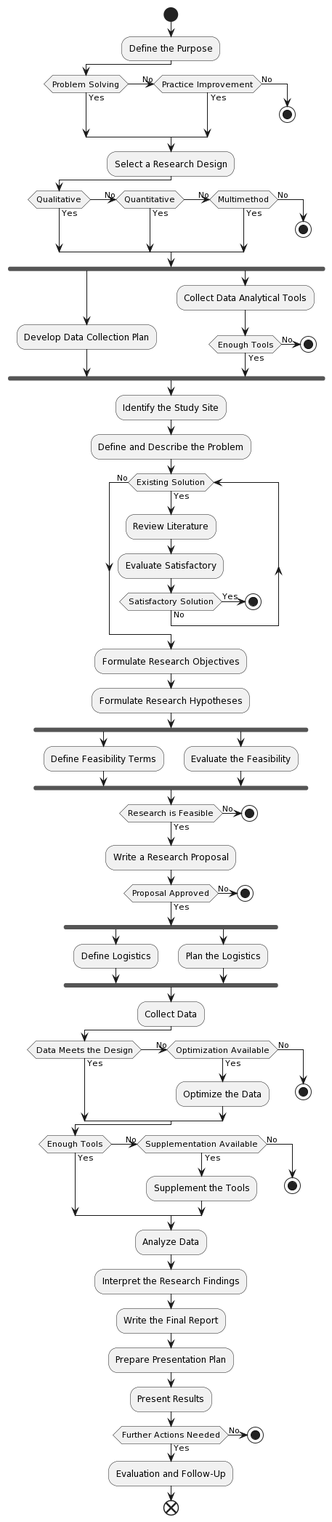
Before: diagrams/applied-research-conduction/applied-research-conduction.png, a diagram exported from PlantUML (khasanshadiyarov/ABC). The source it was exported from:
```plantuml
@startuml
start
:Define the Purpose;
if (Problem Solving) then (Yes)
(No) elseif (Practice Improvement) then (Yes)
else (No)
    stop
endif
:Select a Research Design;
if (Qualitative) then (Yes)
(No) elseif (Quantitative) then (Yes)
(No) elseif (Multimethod) then (Yes)
else (No)
    stop
endif
fork
    :Develop Data Collection Plan;
fork again
    :Collect Data Analytical Tools;
    if (Enough Tools) then (Yes)
    else (No)
        stop
    endif
endfork
:Identify the Study Site;
:Define and Describe the Problem;
while (Existing Solution) is (Yes)
    :Review Literature;
    :Evaluate Satisfactory;
    if (Satisfactory Solution) then (Yes)
        stop
    else (No)
    endif
endwhile (No)
:Formulate Research Objectives;
:Formulate Research Hypotheses;
fork
    :Define Feasibility Terms;
fork again
    :Evaluate the Feasibility;
endfork
if (Research is Feasible) then (Yes)
else (No)
    stop
endif
:Write a Research Proposal;
if (Proposal Approved) then (Yes)
else (No)
    stop
endif
fork
    :Define Logistics;
fork again
    :Plan the Logistics;
endfork
:Collect Data;
if (Data Meets the Design) then (Yes)
(No) elseif (Optimization Available) then (Yes)
    :Optimize the Data;
else (No)
    stop
endif
if (Enough Tools) then (Yes)
(No) elseif (Supplementation Available) then (Yes)
    :Supplement the Tools;
else (No)
    stop
endif
:Analyze Data;
:Interpret the Research Findings;
:Write the Final Report;
:Prepare Presentation Plan;
:Present Results;
if (Further Actions Needed) then (Yes)
    :Evaluation and Follow-Up;
    end
else (No)
    stop
endif
@enduml
```
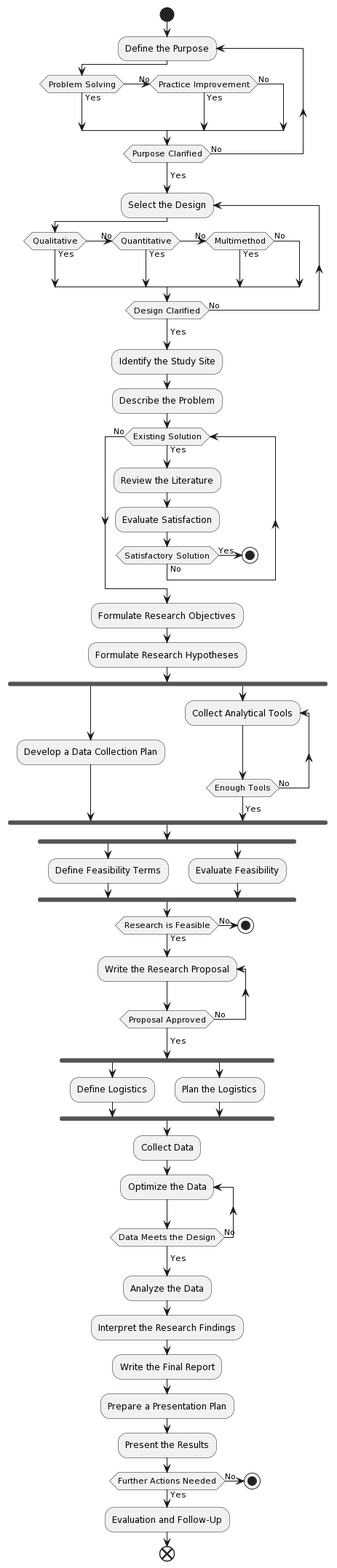
After the change.

Commit message:
Reduce stop points

What changed in the source:
```diff
@@ -1,32 +1,25 @@
 @startuml
 start
-:Define the Purpose;
-if (Problem Solving) then (Yes)
-(No) elseif (Practice Improvement) then (Yes)
-else (No)
-    stop
-endif
-:Select a Research Design;
-if (Qualitative) then (Yes)
-(No) elseif (Quantitative) then (Yes)
-(No) elseif (Multimethod) then (Yes)
-else (No)
-    stop
-endif
-fork
-    :Develop Data Collection Plan;
-fork again
-    :Collect Data Analytical Tools;
-    if (Enough Tools) then (Yes)
+repeat :Define the Purpose;
+    if (Problem Solving) then (Yes)
+    (No) elseif (Practice Improvement) then (Yes)
     else (No)
-        stop
     endif
-endfork
+repeat while (Purpose Clarified) is (No)
+->Yes;
+repeat :Select the Design;
+    if (Qualitative) then (Yes)
+    (No) elseif (Quantitative) then (Yes)
+    (No) elseif (Multimethod) then (Yes)
+    else (No)
+    endif
+repeat while (Design Clarified) is (No)
+->Yes;
 :Identify the Study Site;
-:Define and Describe the Problem;
+:Describe the Problem;
 while (Existing Solution) is (Yes)
-    :Review Literature;
-    :Evaluate Satisfactory;
+    :Review the Literature;
+    :Evaluate Satisfaction;
     if (Satisfactory Solution) then (Yes)
         stop
     else (No)
@@ -35,42 +28,38 @@
 :Formulate Research Objectives;
 :Formulate Research Hypotheses;
 fork
+    :Develop a Data Collection Plan;
+fork again
+    repeat :Collect Analytical Tools;
+    repeat while (Enough Tools) is (No)
+    ->Yes;
+endfork
+fork
     :Define Feasibility Terms;
 fork again
-    :Evaluate the Feasibility;
+    :Evaluate Feasibility;
 endfork
 if (Research is Feasible) then (Yes)
 else (No)
     stop
 endif
-:Write a Research Proposal;
-if (Proposal Approved) then (Yes)
-else (No)
-    stop
-endif
+repeat :Write the Research Proposal;
+repeat while (Proposal Approved) is (No)
+->Yes;
 fork
     :Define Logistics;
 fork again
     :Plan the Logistics;
 endfork
 :Collect Data;
-if (Data Meets the Design) then (Yes)
-(No) elseif (Optimization Available) then (Yes)
-    :Optimize the Data;
-else (No)
-    stop
-endif
-if (Enough Tools) then (Yes)
-(No) elseif (Supplementation Available) then (Yes)
-    :Supplement the Tools;
-else (No)
-    stop
-endif
-:Analyze Data;
+repeat :Optimize the Data;
+repeat while (Data Meets the Design) is (No)
+->Yes;
+:Analyze the Data;
 :Interpret the Research Findings;
 :Write the Final Report;
-:Prepare Presentation Plan;
-:Present Results;
+:Prepare a Presentation Plan;
+:Present the Results;
 if (Further Actions Needed) then (Yes)
     :Evaluation and Follow-Up;
     end
```
